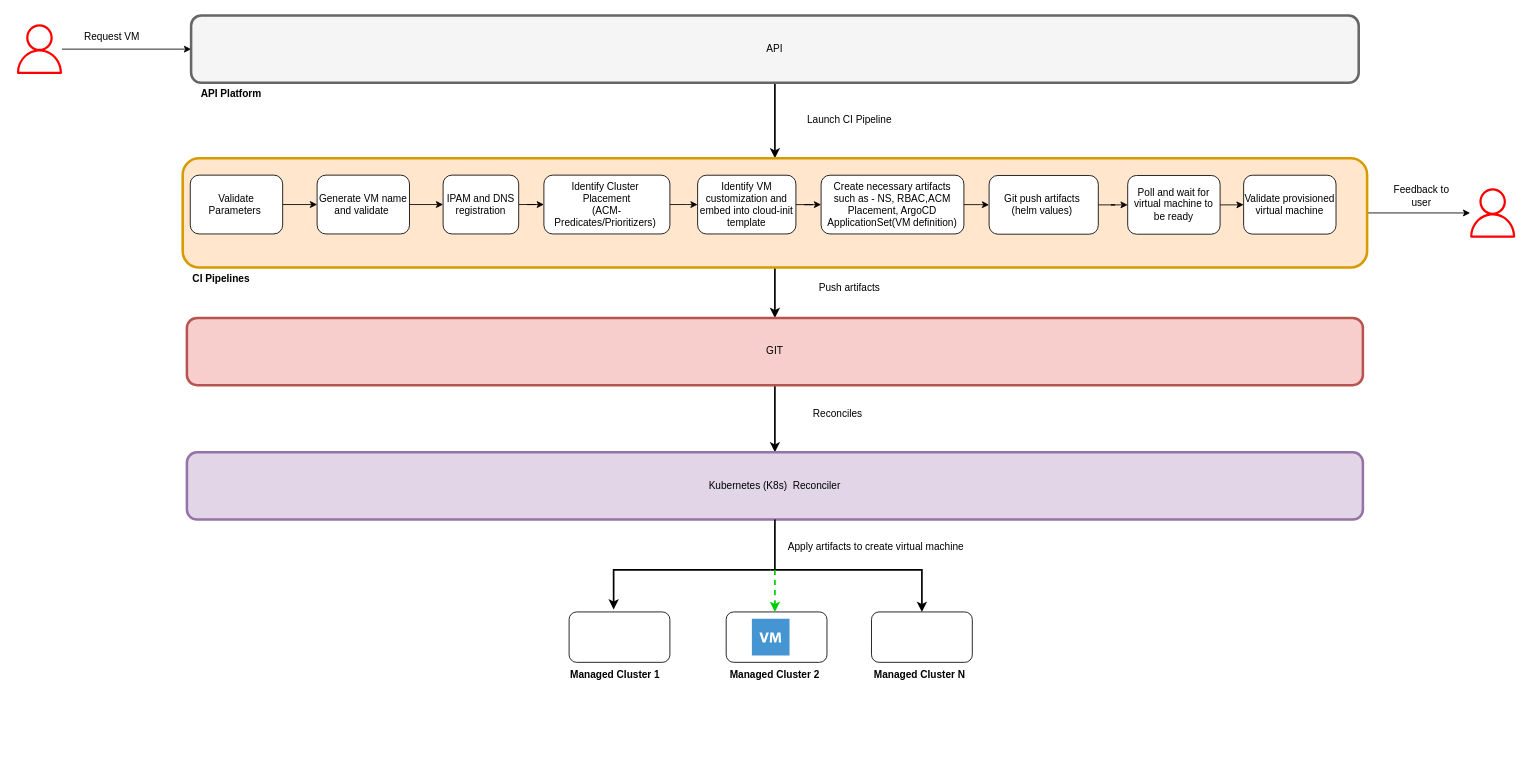
sumantripuraneni/openshift-virt-vm-automation keeps this draw.io diagram as images/vm-provision-hld-flow-dev-hub-01.drawio.xml. Above is the earlier version. Source tidied: cells renumbered, new cells numbered last; positions are measured from the earlier drawing's top-left corner, leaving out a move shared by most shapes. Both pictures are drawn from the tidied source at 84%, with x=0, y=0 at pixel (14, 15).
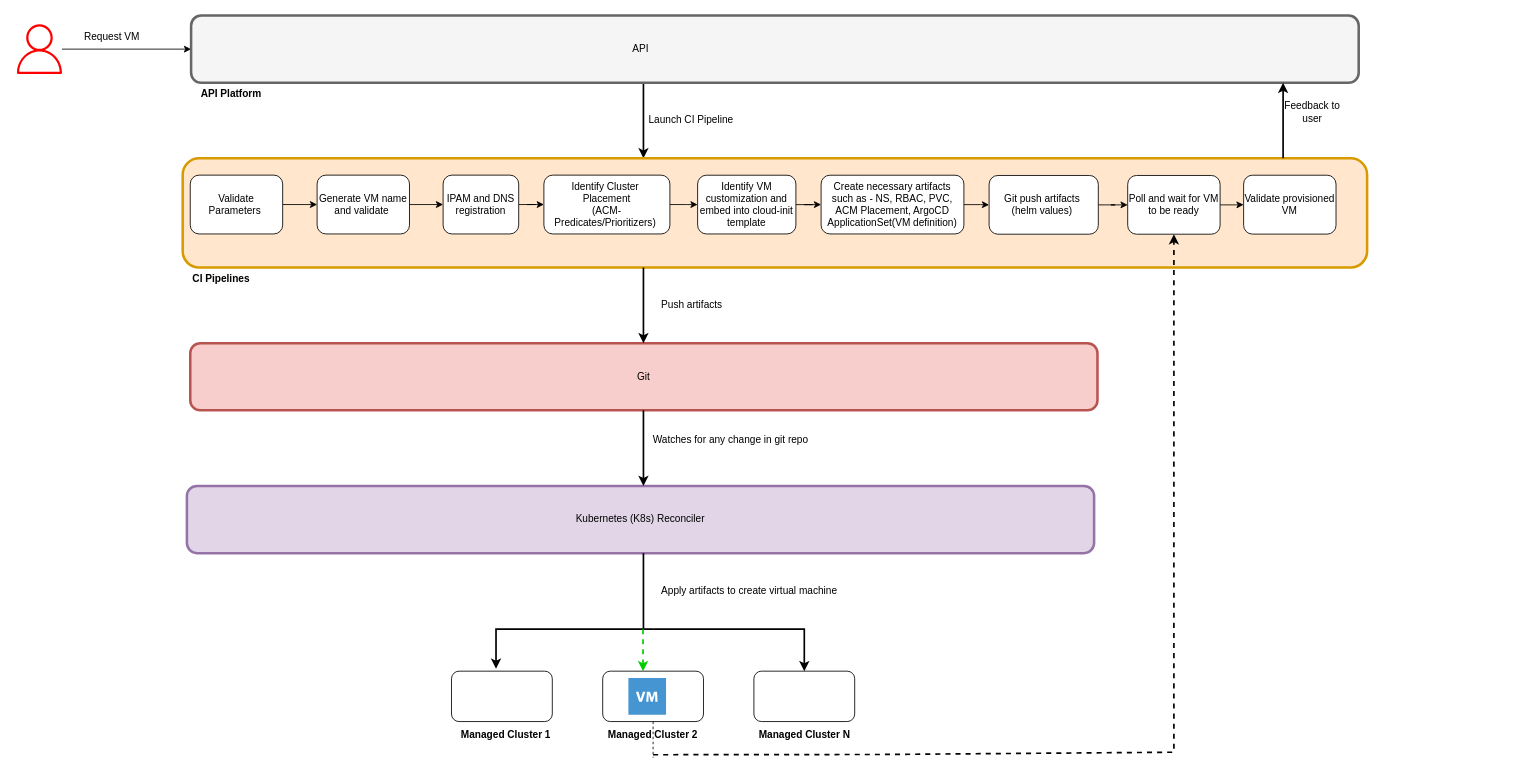
Above is the later version.

Unchanged cells that the change refers to:
```xml
<mxCell id="5" style="rounded=1;whiteSpace=wrap;html=1;strokeWidth=3;strokeColor=#666666;fillColor=#f5f5f5;fontColor=#333333;" parent="1" vertex="1">
  <mxGeometry x="210" width="1390" height="80" as="geometry" />
</mxCell>
<mxCell id="9" style="rounded=1;whiteSpace=wrap;html=1;strokeWidth=3;strokeColor=#d79b00;fillColor=#ffe6cc;" parent="1" vertex="1">
  <mxGeometry x="200" y="170" width="1410" height="130" as="geometry" />
</mxCell>
```

Change to the diagram source:
```diff
@@
-    <mxCell id="4" style="edgeStyle=orthogonalEdgeStyle;rounded=0;jettySize=auto;html=1;entryX=0.5;entryY=0;entryDx=0;entryDy=0;strokeWidth=2;" parent="1" edge="1" source="5" target="9">
-      <mxGeometry relative="1" as="geometry" />
+    <mxCell id="4" style="edgeStyle=orthogonalEdgeStyle;rounded=0;orthogonalLoop=1;jettySize=auto;html=1;entryX=0.5;entryY=0;entryDx=0;entryDy=0;strokeWidth=2;" parent="1" edge="1">
+      <mxGeometry relative="1" as="geometry">
+        <mxPoint x="748.5" y="80" as="sourcePoint" />
+        <mxPoint x="748.5" y="170" as="targetPoint" />
+      </mxGeometry>
     </mxCell>
@@
-    <mxCell id="7" style="edgeStyle=orthogonalEdgeStyle;rounded=0;jettySize=auto;html=1;entryX=0.5;entryY=0;entryDx=0;entryDy=0;strokeWidth=2;" parent="1" edge="1" source="9" target="30">
-      <mxGeometry relative="1" as="geometry">
-        <Array as="points">
-          <mxPoint x="905" y="330" />
-          <mxPoint x="905" y="330" />
-        </Array>
-      </mxGeometry>
-    </mxCell>
-    <mxCell id="8" style="edgeStyle=orthogonalEdgeStyle;rounded=0;jettySize=auto;html=1;" parent="1" edge="1" source="9" target="49">
-      <mxGeometry relative="1" as="geometry" />
-    </mxCell>
@@
-    <mxCell id="18" value="Create necessary artifacts such as - NS, RBAC,ACM Placement, ArgoCD ApplicationSet(VM definition)" style="rounded=1;whiteSpace=wrap;html=1;" parent="1" vertex="1">
+    <mxCell id="18" value="Create necessary artifacts such as - NS, RBAC, PVC, ACM Placement, ArgoCD ApplicationSet(VM definition)" style="rounded=1;whiteSpace=wrap;html=1;" parent="1" vertex="1">
       <mxGeometry x="960" y="190.1" width="170" height="69.9" as="geometry" />
     </mxCell>
@@
-    <mxCell id="23" value="Launch CI Pipeline" style="text;html=1;align=center;verticalAlign=middle;whiteSpace=wrap;rounded=0;" parent="1" vertex="1">
-      <mxGeometry x="904" y="110" width="180" height="30" as="geometry" />
+    <mxCell id="23" value="Launch CI Pipeline" style="text;html=1;align=left;verticalAlign=middle;whiteSpace=wrap;rounded=0;" parent="1" vertex="1">
+      <mxGeometry x="752.5" y="110" width="177.5" height="30" as="geometry" />
     </mxCell>
@@
-    <mxCell id="25" value="Poll and wait for virtual machine to be ready" style="rounded=1;whiteSpace=wrap;html=1;" parent="1" vertex="1">
+    <mxCell id="25" value="Poll and wait for VM to be ready" style="rounded=1;whiteSpace=wrap;html=1;" parent="1" vertex="1">
       <mxGeometry x="1325" y="190.4" width="110" height="69.9" as="geometry" />
     </mxCell>
-    <mxCell id="26" value="Validate provisioned virtual machine" style="rounded=1;whiteSpace=wrap;html=1;" parent="1" vertex="1">
+    <mxCell id="26" value="Validate provisioned VM" style="rounded=1;whiteSpace=wrap;html=1;" parent="1" vertex="1">
       <mxGeometry x="1463" y="190.1" width="110" height="70.1" as="geometry" />
     </mxCell>
-    <mxCell id="27" value="API" style="text;html=1;align=center;verticalAlign=middle;whiteSpace=wrap;rounded=0;" parent="1" vertex="1">
-      <mxGeometry x="715" y="25" width="380" height="30" as="geometry" />
-    </mxCell>
@@
-    <mxCell id="29" style="edgeStyle=orthogonalEdgeStyle;rounded=0;jettySize=auto;html=1;strokeWidth=2;" parent="1" edge="1" source="30" target="32">
-      <mxGeometry relative="1" as="geometry" />
-    </mxCell>
-    <mxCell id="30" style="rounded=1;whiteSpace=wrap;html=1;strokeWidth=3;strokeColor=#b85450;fillColor=#f8cecc;" parent="1" vertex="1">
-      <mxGeometry x="205" y="360" width="1400" height="80" as="geometry" />
+    <mxCell id="30" value="Git" style="rounded=1;whiteSpace=wrap;html=1;strokeWidth=3;strokeColor=#b85450;fillColor=#f8cecc;" parent="1" vertex="1">
+      <mxGeometry x="209" y="390" width="1080" height="80" as="geometry" />
     </mxCell>
-    <mxCell id="31" value="GIT" style="text;html=1;align=center;verticalAlign=middle;whiteSpace=wrap;rounded=0;" parent="1" vertex="1">
-      <mxGeometry x="715" y="385" width="380" height="30" as="geometry" />
-    </mxCell>
-    <mxCell id="32" value="Kubernetes (K8s)&amp;nbsp; Reconciler" style="rounded=1;whiteSpace=wrap;html=1;strokeWidth=3;strokeColor=#9673a6;fillColor=#e1d5e7;" parent="1" vertex="1">
-      <mxGeometry x="205" y="520" width="1400" height="80" as="geometry" />
+    <mxCell id="32" value="Kubernetes (K8s) Reconciler" style="rounded=1;whiteSpace=wrap;html=1;strokeWidth=3;strokeColor=#9673a6;fillColor=#e1d5e7;" parent="1" vertex="1">
+      <mxGeometry x="205" y="560" width="1080" height="80" as="geometry" />
     </mxCell>
     <mxCell id="33" style="rounded=1;whiteSpace=wrap;html=1;" parent="1" vertex="1">
-      <mxGeometry x="660" y="710" width="120" height="60" as="geometry" />
+      <mxGeometry x="520" y="780.5" width="120" height="60" as="geometry" />
     </mxCell>
     <mxCell id="34" style="rounded=1;whiteSpace=wrap;html=1;" parent="1" vertex="1">
-      <mxGeometry x="847" y="710" width="120" height="60" as="geometry" />
+      <mxGeometry x="700" y="780.5" width="120" height="60" as="geometry" />
     </mxCell>
     <mxCell id="35" style="rounded=1;whiteSpace=wrap;html=1;" parent="1" vertex="1">
-      <mxGeometry x="1020" y="710" width="120" height="60" as="geometry" />
+      <mxGeometry x="880" y="780.5" width="120" height="60" as="geometry" />
     </mxCell>
     <mxCell id="36" value="&lt;b&gt;Managed Cluster 1&lt;/b&gt;" style="text;html=1;align=center;verticalAlign=middle;whiteSpace=wrap;rounded=0;" parent="1" vertex="1">
-      <mxGeometry x="660" y="770" width="110" height="30" as="geometry" />
+      <mxGeometry x="530" y="840.5" width="110" height="30" as="geometry" />
     </mxCell>
-    <mxCell id="37" value="&lt;b&gt;Managed Cluster 2&lt;/b&gt;" style="text;html=1;align=center;verticalAlign=middle;whiteSpace=wrap;rounded=0;" parent="1" vertex="1">
-      <mxGeometry x="850" y="770" width="110" height="30" as="geometry" />
+    <mxCell id="37" value="&lt;b&gt;Managed Cluster 2&lt;/b&gt;" style="text;html=1;align=center;verticalAlign=middle;whiteSpace=wrap;rounded=0;dashed=1;" parent="1" vertex="1">
+      <mxGeometry x="705" y="840.5" width="110" height="30" as="geometry" />
     </mxCell>
     <mxCell id="38" value="&lt;b&gt;Managed Cluster N&lt;/b&gt;" style="text;html=1;align=center;verticalAlign=middle;whiteSpace=wrap;rounded=0;" parent="1" vertex="1">
-      <mxGeometry x="1020" y="770" width="115" height="30" as="geometry" />
+      <mxGeometry x="882.5" y="840.5" width="115" height="30" as="geometry" />
     </mxCell>
     <mxCell id="39" style="endArrow=classic;html=1;rounded=0;entryX=0.5;entryY=0;entryDx=0;entryDy=0;strokeWidth=2;" parent="1" edge="1" target="35">
       <mxGeometry relative="1" as="geometry">
-        <mxPoint x="900" y="660" as="sourcePoint" />
+        <mxPoint x="760" y="730.5" as="sourcePoint" />
         <Array as="points">
-          <mxPoint x="1080" y="660" />
+          <mxPoint x="940" y="730.5" />
         </Array>
       </mxGeometry>
     </mxCell>
-    <mxCell id="40" style="endArrow=classic;html=1;rounded=0;entryX=0.442;entryY=-0.05;entryDx=0;entryDy=0;entryPerimeter=0;strokeWidth=2;" parent="1" edge="1" target="33">
+    <mxCell id="40" style="endArrow=classic;html=1;rounded=0;entryX=0.442;entryY=-0.05;entryDx=0;entryDy=0;entryPerimeter=0;strokeWidth=2;" parent="1" edge="1">
       <mxGeometry relative="1" as="geometry">
-        <mxPoint x="900" y="660" as="sourcePoint" />
+        <mxPoint x="760" y="730.5" as="sourcePoint" />
+        <mxPoint x="573" y="777.5" as="targetPoint" />
         <Array as="points">
-          <mxPoint x="713" y="660" />
+          <mxPoint x="573" y="730.5" />
         </Array>
       </mxGeometry>
     </mxCell>
-    <mxCell id="41" value="Push artifacts" style="text;html=1;align=center;verticalAlign=middle;whiteSpace=wrap;rounded=0;" parent="1" vertex="1">
-      <mxGeometry x="904" y="310" width="180" height="30" as="geometry" />
+    <mxCell id="41" value="Push artifacts" style="text;html=1;align=left;verticalAlign=middle;whiteSpace=wrap;rounded=0;" parent="1" vertex="1">
+      <mxGeometry x="767.5" y="330" width="180" height="30" as="geometry" />
     </mxCell>
     <mxCell id="42" style="shadow=0;dashed=0;html=1;strokeColor=none;fillColor=#4495D1;labelPosition=center;verticalLabelPosition=bottom;verticalAlign=top;align=center;shape=mxgraph.veeam.2d.virtual_machine;" parent="1" vertex="1">
-      <mxGeometry x="877.6" y="718" width="44.8" height="44" as="geometry" />
+      <mxGeometry x="730.6" y="788.5" width="44.8" height="44" as="geometry" />
     </mxCell>
@@
-    <mxCell id="45" style="endArrow=none;html=1;rounded=0;exitX=0.5;exitY=1;exitDx=0;exitDy=0;strokeWidth=2;" parent="1" edge="1" source="32">
-      <mxGeometry relative="1" as="geometry">
-        <mxPoint x="905" y="660" as="targetPoint" />
-      </mxGeometry>
-    </mxCell>
     <mxCell id="46" style="endArrow=classic;html=1;rounded=0;entryX=0.5;entryY=0;entryDx=0;entryDy=0;dashed=1;strokeColor=#00CC00;strokeWidth=2;" parent="1" edge="1">
       <mxGeometry relative="1" as="geometry">
-        <mxPoint x="905" y="660" as="sourcePoint" />
-        <mxPoint x="905" y="710" as="targetPoint" />
+        <mxPoint x="748" y="730.5" as="sourcePoint" />
+        <mxPoint x="748" y="780.5" as="targetPoint" />
       </mxGeometry>
     </mxCell>
-    <mxCell id="47" value="Reconciles" style="text;html=1;align=center;verticalAlign=middle;whiteSpace=wrap;rounded=0;" parent="1" vertex="1">
-      <mxGeometry x="890" y="460" width="180" height="30" as="geometry" />
-    </mxCell>
-    <mxCell id="48" value="Apply artifacts to create virtual machine" style="text;html=1;align=center;verticalAlign=middle;strokeColor=none;fillColor=none;" parent="1" vertex="1">
-      <mxGeometry x="910" y="618" width="230" height="30" as="geometry" />
+    <mxCell id="48" value="Apply artifacts to create virtual machine" style="text;html=1;align=left;verticalAlign=middle;strokeColor=none;fillColor=none;" parent="1" vertex="1">
+      <mxGeometry x="767.5" y="670" width="230" height="30" as="geometry" />
     </mxCell>
-    <mxCell id="49" style="sketch=0;outlineConnect=0;fontColor=#232F3E;gradientColor=none;fillColor=#FF0000;strokeColor=none;dashed=0;verticalLabelPosition=bottom;verticalAlign=top;align=center;html=1;fontSize=12;fontStyle=0;shape=mxgraph.aws4.user;" parent="1" vertex="1">
-      <mxGeometry x="1730" y="205.5" width="59" height="59" as="geometry" />
-    </mxCell>
     <mxCell id="50" value="Feedback to user" style="text;html=1;align=center;verticalAlign=middle;whiteSpace=wrap;rounded=0;" parent="1" vertex="1">
-      <mxGeometry x="1640" y="200" width="70" height="30" as="geometry" />
+      <mxGeometry x="1510" y="100" width="70" height="30" as="geometry" />
     </mxCell>
+    <mxCell id="51" style="edgeStyle=orthogonalEdgeStyle;rounded=0;orthogonalLoop=1;jettySize=auto;html=1;entryX=0.5;entryY=0;entryDx=0;entryDy=0;strokeWidth=2;" parent="1" edge="1">
+      <mxGeometry relative="1" as="geometry">
+        <mxPoint x="748.5" y="300" as="sourcePoint" />
+        <mxPoint x="748.5" y="390" as="targetPoint" />
+      </mxGeometry>
+    </mxCell>
+    <mxCell id="52" style="edgeStyle=orthogonalEdgeStyle;rounded=0;orthogonalLoop=1;jettySize=auto;html=1;entryX=0.5;entryY=0;entryDx=0;entryDy=0;strokeWidth=2;" parent="1" edge="1">
+      <mxGeometry relative="1" as="geometry">
+        <mxPoint x="748.5" y="470" as="sourcePoint" />
+        <mxPoint x="748.5" y="560" as="targetPoint" />
+      </mxGeometry>
+    </mxCell>
+    <mxCell id="53" style="endArrow=classic;html=1;rounded=0;entryX=0.5;entryY=1;entryDx=0;entryDy=0;dashed=1;strokeWidth=2;" parent="1" edge="1" target="25">
+      <mxGeometry relative="1" as="geometry">
+        <mxPoint x="760" y="880" as="sourcePoint" />
+        <Array as="points">
+          <mxPoint x="1030" y="879.7" />
+          <mxPoint x="1380" y="877" />
+        </Array>
+      </mxGeometry>
+    </mxCell>
+    <mxCell id="54" style="endArrow=none;html=1;rounded=0;exitX=0.5;exitY=0;exitDx=0;exitDy=0;dashed=1;" parent="1" edge="1" source="37">
+      <mxGeometry relative="1" as="geometry">
+        <mxPoint x="760" y="883.5" as="targetPoint" />
+      </mxGeometry>
+    </mxCell>
+    <mxCell id="55" style="edgeStyle=orthogonalEdgeStyle;rounded=0;orthogonalLoop=1;jettySize=auto;html=1;entryX=0.5;entryY=0;entryDx=0;entryDy=0;strokeWidth=2;endArrow=none;startFill=0;" parent="1" edge="1">
+      <mxGeometry relative="1" as="geometry">
+        <mxPoint x="748.5" y="640" as="sourcePoint" />
+        <mxPoint x="748.5" y="730" as="targetPoint" />
+      </mxGeometry>
+    </mxCell>
+    <mxCell id="27" value="API&amp;nbsp;" style="text;html=1;align=center;verticalAlign=middle;whiteSpace=wrap;rounded=0;" parent="1" vertex="1">
+      <mxGeometry x="717.4" y="25" width="60" height="30" as="geometry" />
+    </mxCell>
+    <mxCell id="56" style="edgeStyle=orthogonalEdgeStyle;rounded=0;orthogonalLoop=1;jettySize=auto;html=1;entryX=0.5;entryY=0;entryDx=0;entryDy=0;strokeWidth=2;" parent="1" edge="1">
+      <mxGeometry relative="1" as="geometry">
+        <mxPoint x="1510" y="170" as="sourcePoint" />
+        <mxPoint x="1510" y="80" as="targetPoint" />
+      </mxGeometry>
+    </mxCell>
+    <mxCell id="57" value="Watches for any change in git repo" style="text;html=1;align=left;verticalAlign=middle;whiteSpace=wrap;rounded=0;" parent="1" vertex="1">
+      <mxGeometry x="757.5" y="490" width="190" height="30" as="geometry" />
+    </mxCell>
```
